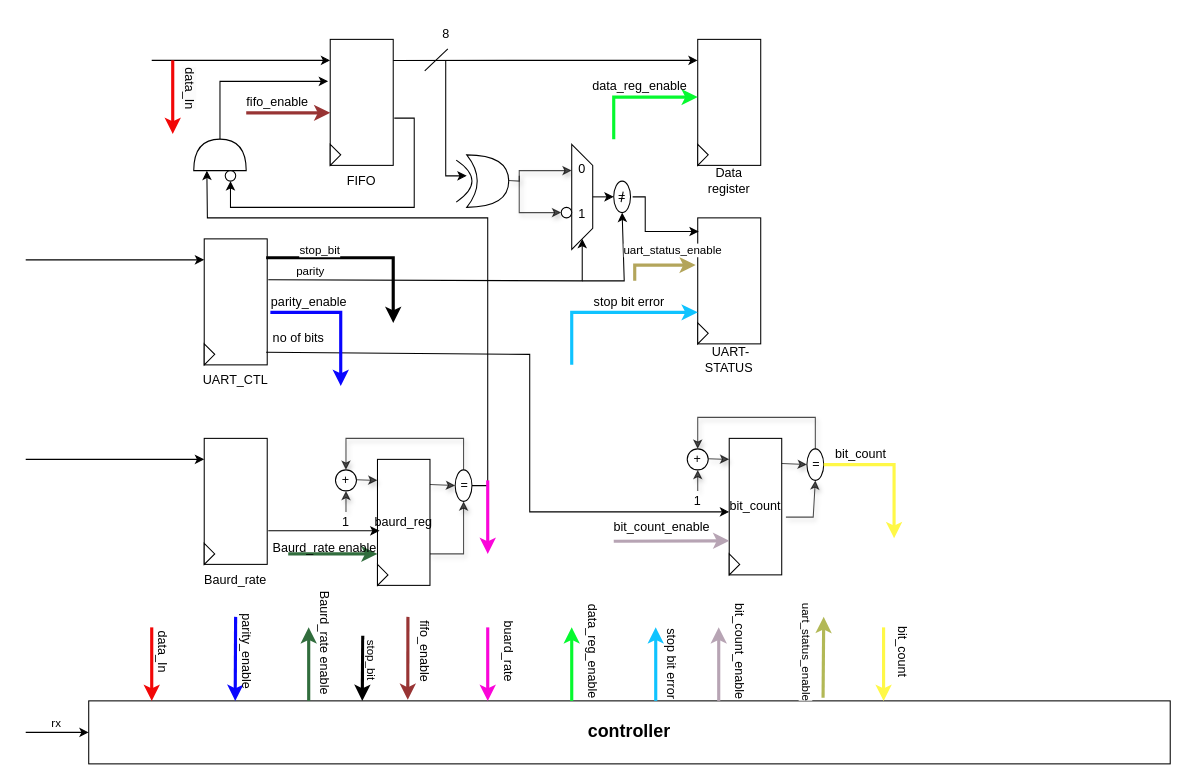
Above: page "Page-1" (1 of 2) of uart/docs/UART_RX.drawio in MuhammadBoota09299/Computer_Architecture_Lab (draw.io), before the change. Source tidied: cells renumbered, new cells numbered last; positions are measured from the earlier drawing's top-left corner, leaving out a move shared by most shapes. Both pictures are drawn from the tidied source at 105%, with x=0, y=0 at pixel (25, 18).
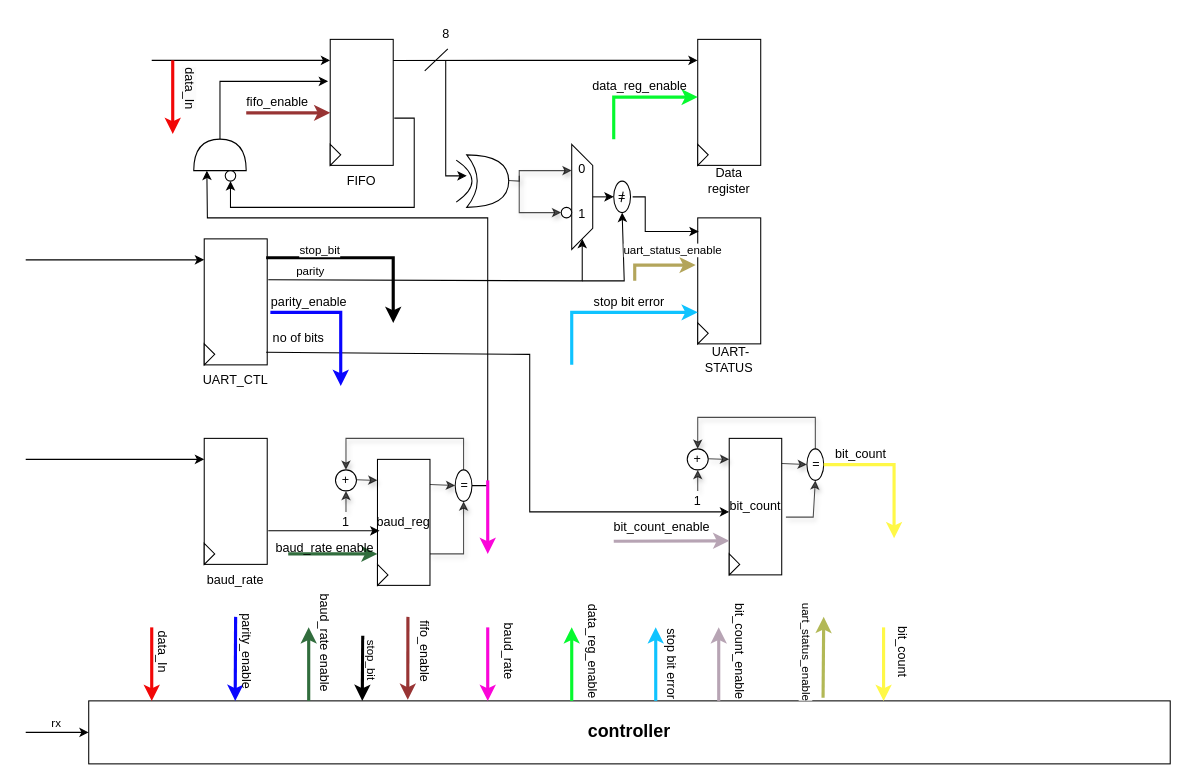
Above is the later version.

The change refers to these unchanged cells:
```xml
<mxCell id="49" style="group;" parent="1" vertex="1">
  <mxGeometry x="295" y="400" width="130" height="140" as="geometry" />
</mxCell>
```

The edit, as a diff of the source:
```diff
@@
-    <mxCell id="7" value="Baurd_rate" style="text;html=1;align=center;verticalAlign=middle;whiteSpace=wrap;rounded=0;" parent="1" vertex="1">
+    <mxCell id="7" value="baud_rate" style="text;html=1;align=center;verticalAlign=middle;whiteSpace=wrap;rounded=0;" parent="1" vertex="1">
       <mxGeometry x="170" y="520" width="60" height="30" as="geometry" />
     </mxCell>
@@
-    <mxCell id="50" value="baurd_reg" style="rounded=0;whiteSpace=wrap;html=1;direction=south;" parent="49" vertex="1">
+    <mxCell id="50" value="baud_reg" style="rounded=0;whiteSpace=wrap;html=1;direction=south;" parent="49" vertex="1">
       <mxGeometry x="40" y="20" width="50" height="120" as="geometry" />
     </mxCell>
@@
-    <mxCell id="77" value="buard_rate" style="text;html=1;align=center;verticalAlign=middle;whiteSpace=wrap;rounded=0;rotation=90;" parent="1" vertex="1">
+    <mxCell id="77" value="baud_rate" style="text;html=1;align=center;verticalAlign=middle;whiteSpace=wrap;rounded=0;rotation=90;" parent="1" vertex="1">
       <mxGeometry x="430" y="588" width="60" height="30" as="geometry" />
     </mxCell>
@@
-    <mxCell id="113" value="Baurd_rate enable" style="text;html=1;align=center;verticalAlign=middle;whiteSpace=wrap;rounded=0;" parent="1" vertex="1">
+    <mxCell id="113" value="baud_rate enable" style="text;html=1;align=center;verticalAlign=middle;whiteSpace=wrap;rounded=0;" parent="1" vertex="1">
       <mxGeometry x="230" y="490" width="110" height="30" as="geometry" />
     </mxCell>
-    <mxCell id="114" value="Baurd_rate enable" style="text;html=1;align=center;verticalAlign=middle;whiteSpace=wrap;rounded=0;rotation=90;" parent="1" vertex="1">
+    <mxCell id="114" value="baud_rate enable" style="text;html=1;align=center;verticalAlign=middle;whiteSpace=wrap;rounded=0;rotation=90;" parent="1" vertex="1">
       <mxGeometry x="230" y="580" width="110" height="30" as="geometry" />
     </mxCell>
```
